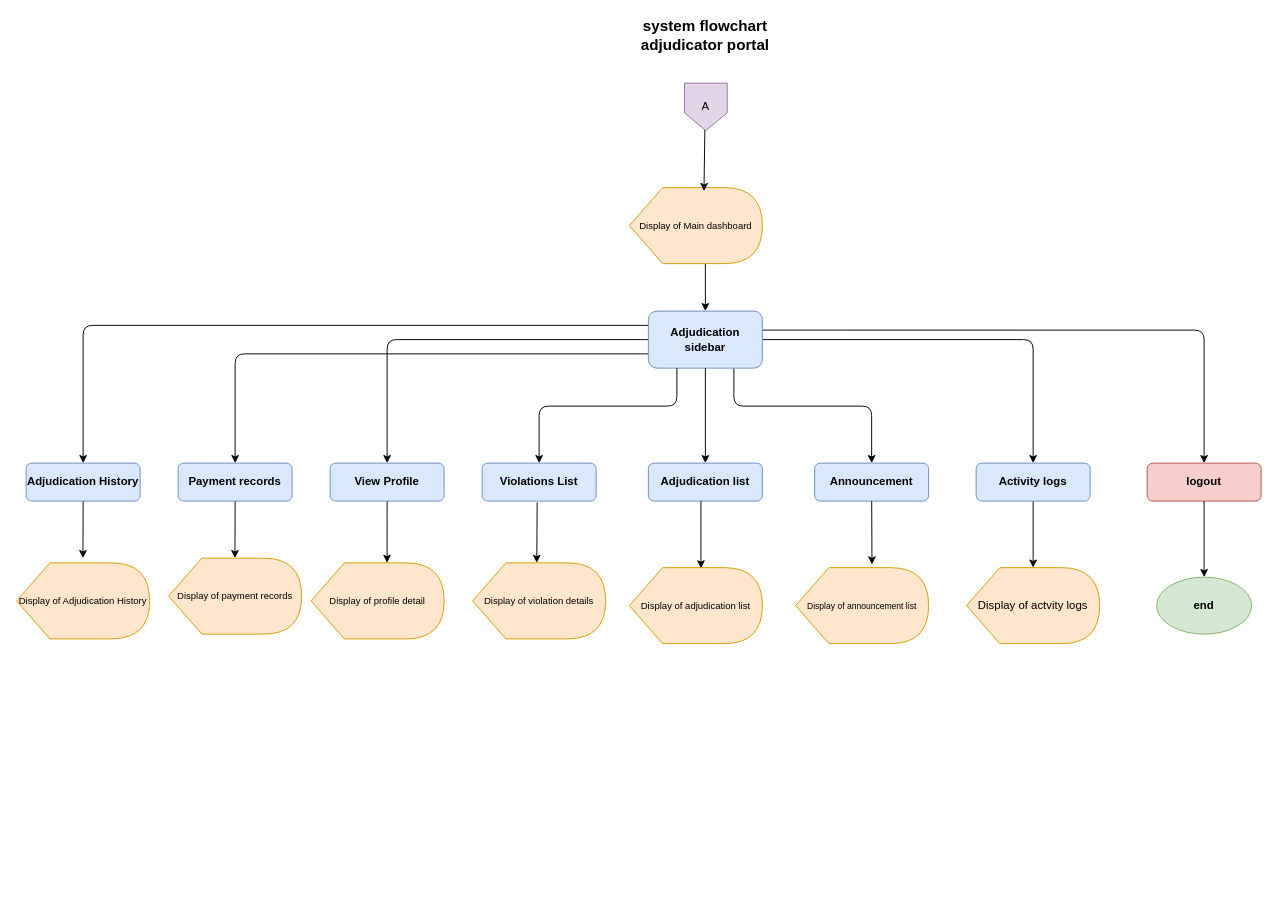
PotatoLover169/CTTMO-Traffic-violation-Management-System keeps this draw.io diagram as adjudicator_portal_flowchart.drawio. Above is the earlier version. Source tidied: cells renumbered, new cells numbered last; positions are measured from the earlier drawing's top-left corner, leaving out a move shared by most shapes. Both pictures are drawn from the tidied source at 95%, with x=0, y=0 at pixel (16, 16).
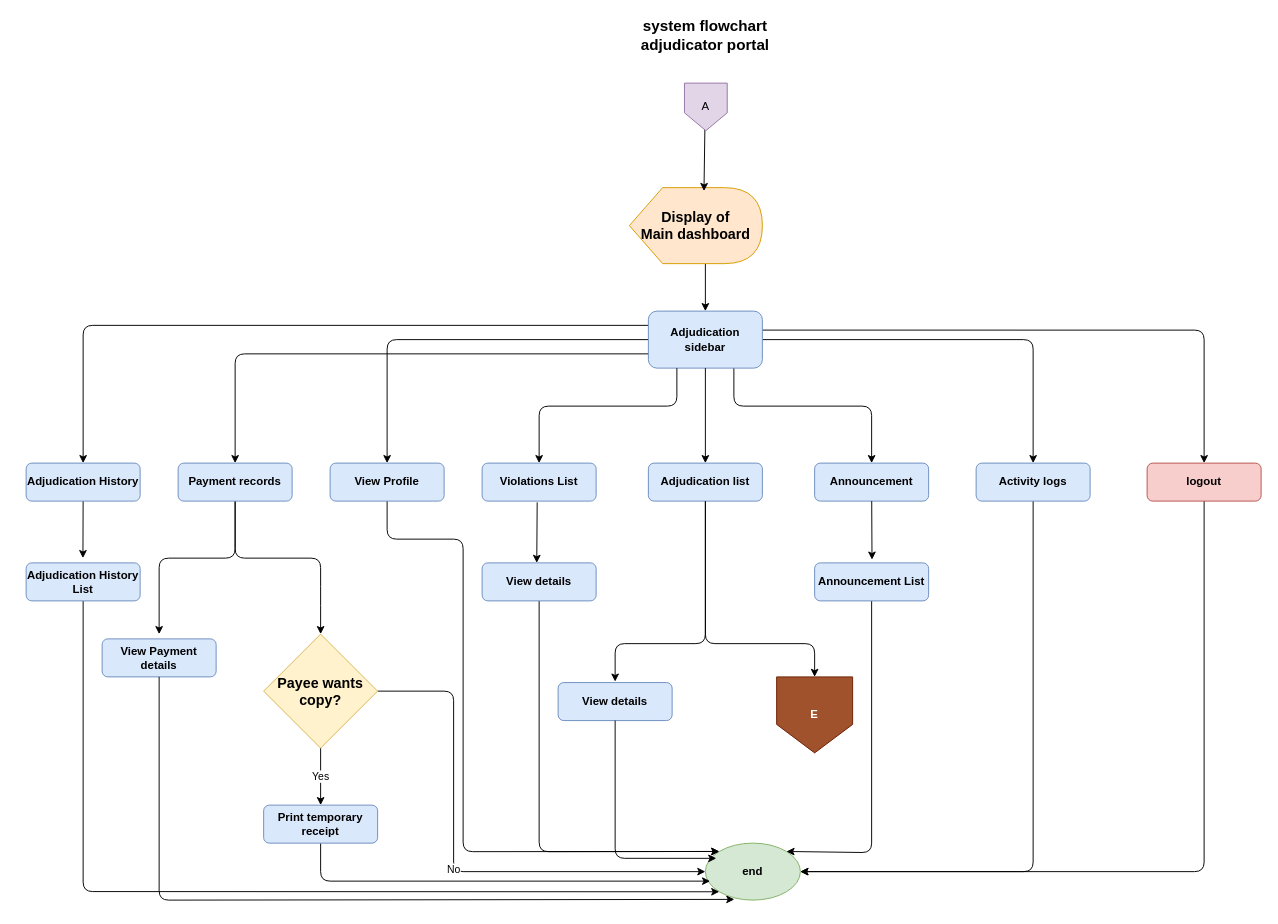
The same diagram, later.

The change refers to these unchanged cells:
```xml
<mxCell id="11" value="Violations List" style="rounded=1;whiteSpace=wrap;html=1;fillColor=#dae8fc;strokeColor=#6c8ebf;fontStyle=1;" parent="1" vertex="1">
  <mxGeometry x="490" y="470" width="120" height="40" as="geometry" />
</mxCell>
<mxCell id="12" value="Adjudication list" style="rounded=1;whiteSpace=wrap;html=1;fillColor=#dae8fc;strokeColor=#6c8ebf;fontStyle=1;" parent="1" vertex="1">
  <mxGeometry x="665" y="470" width="120" height="40" as="geometry" />
</mxCell>
<mxCell id="16" value="logout" style="rounded=1;whiteSpace=wrap;html=1;fillColor=#f8cecc;strokeColor=#b85450;fontStyle=1;" parent="1" vertex="1">
  <mxGeometry x="1190" y="470" width="120" height="40" as="geometry" />
</mxCell>
<mxCell id="20" value="Activity logs" style="whiteSpace=wrap;html=1;fillColor=#dae8fc;strokeColor=#6c8ebf;rounded=1;fontStyle=1;" parent="1" vertex="1">
  <mxGeometry x="1010" y="470" width="120" height="40" as="geometry" />
</mxCell>
<mxCell id="22" value="View Profile" style="whiteSpace=wrap;html=1;fillColor=#dae8fc;strokeColor=#6c8ebf;rounded=1;fontStyle=1;" parent="1" vertex="1">
  <mxGeometry x="330" y="470" width="120" height="40" as="geometry" />
</mxCell>
<mxCell id="23" value="Announcement" style="whiteSpace=wrap;html=1;fillColor=#dae8fc;strokeColor=#6c8ebf;rounded=1;fontStyle=1;" parent="1" vertex="1">
  <mxGeometry x="840" y="470" width="120" height="40" as="geometry" />
</mxCell>
<mxCell id="36" value="Payment records" style="whiteSpace=wrap;html=1;fillColor=#dae8fc;strokeColor=#6c8ebf;rounded=1;fontStyle=1;" parent="1" vertex="1">
  <mxGeometry x="170" y="470" width="120" height="40" as="geometry" />
</mxCell>
```

Change to the diagram source:
```diff
@@
+    <mxCell id="42" style="edgeStyle=none;html=1;entryX=0.5;entryY=0;entryDx=0;entryDy=0;" parent="1" edge="1" source="12" target="46">
+      <mxGeometry relative="1" as="geometry">
+        <Array as="points">
+          <mxPoint x="725" y="660" />
+          <mxPoint x="840" y="660" />
+        </Array>
+      </mxGeometry>
+    </mxCell>
@@
-    <mxCell id="15" style="endArrow=classic;html=1;exitX=0.461;exitY=1;exitDx=0;exitDy=0;entryX=0.538;entryY=0.01;entryDx=0;entryDy=0;entryPerimeter=0;exitPerimeter=0;" parent="1" edge="1" source="12" target="27">
-      <mxGeometry relative="1" as="geometry" />
-    </mxCell>
+    <mxCell id="18" style="edgeStyle=none;html=1;entryX=1;entryY=0.5;entryDx=0;entryDy=0;" parent="1" edge="1" source="16" target="17">
+      <mxGeometry relative="1" as="geometry">
+        <Array as="points">
+          <mxPoint x="1250" y="900" />
+        </Array>
+      </mxGeometry>
+    </mxCell>
@@
     <mxCell id="17" value="end" style="ellipse;whiteSpace=wrap;html=1;fillColor=#d5e8d4;strokeColor=#82b366;fontStyle=1;" parent="1" vertex="1">
-      <mxGeometry x="1200" y="590" width="100" height="60" as="geometry" />
+      <mxGeometry x="725" y="870" width="100" height="60" as="geometry" />
     </mxCell>
-    <mxCell id="18" style="endArrow=classic;html=1;exitX=0.5;exitY=1;exitDx=0;exitDy=0;entryX=0.5;entryY=0;entryDx=0;entryDy=0;" parent="1" edge="1" source="16" target="17">
-      <mxGeometry relative="1" as="geometry" />
-    </mxCell>
-    <mxCell id="19" style="edgeStyle=none;html=1;entryX=0.5;entryY=0;entryDx=0;entryDy=0;" parent="1" edge="1" source="20">
-      <mxGeometry relative="1" as="geometry">
-        <mxPoint x="1070" y="580" as="targetPoint" />
-      </mxGeometry>
-    </mxCell>
+    <mxCell id="43" style="edgeStyle=none;html=1;entryX=1;entryY=0.5;entryDx=0;entryDy=0;" parent="1" edge="1" source="20" target="17">
+      <mxGeometry relative="1" as="geometry">
+        <Array as="points">
+          <mxPoint x="1070" y="900" />
+        </Array>
+      </mxGeometry>
+    </mxCell>
@@
-    <mxCell id="21" style="edgeStyle=none;html=1;entryX=0.571;entryY=0;entryDx=0;entryDy=0;entryPerimeter=0;" parent="1" edge="1" source="22" target="24">
-      <mxGeometry relative="1" as="geometry" />
-    </mxCell>
+    <mxCell id="44" style="edgeStyle=none;html=1;entryX=0;entryY=0;entryDx=0;entryDy=0;" parent="1" edge="1" source="22" target="17">
+      <mxGeometry relative="1" as="geometry">
+        <Array as="points">
+          <mxPoint x="390" y="550" />
+          <mxPoint x="470" y="550" />
+          <mxPoint x="470" y="879" />
+        </Array>
+      </mxGeometry>
+    </mxCell>
@@
-    <mxCell id="24" value="&lt;font style=&quot;font-size: 10px;&quot;&gt;Display of profile detail&lt;/font&gt;" style="shape=display;whiteSpace=wrap;html=1;fillColor=#ffe6cc;strokeColor=#d79b00;" parent="1" vertex="1">
-      <mxGeometry x="310" y="575" width="140" height="80" as="geometry" />
-    </mxCell>
-    <mxCell id="25" value="&lt;span style=&quot;color: rgb(0, 0, 0);&quot;&gt;&lt;font style=&quot;font-size: 10px;&quot;&gt;Display of violation details&lt;/font&gt;&lt;/span&gt;" style="shape=display;whiteSpace=wrap;html=1;fillColor=#ffe6cc;strokeColor=#d79b00;" parent="1" vertex="1">
-      <mxGeometry x="480" y="575" width="140" height="80" as="geometry" />
-    </mxCell>
-    <mxCell id="26" style="edgeStyle=none;html=1;entryX=0;entryY=0;entryDx=67.5;entryDy=0;entryPerimeter=0;exitX=0.483;exitY=1.033;exitDx=0;exitDy=0;exitPerimeter=0;" parent="1" edge="1" source="11" target="25">
-      <mxGeometry relative="1" as="geometry" />
+    <mxCell id="26" style="edgeStyle=none;html=1;entryX=0;entryY=0;entryDx=67.5;entryDy=0;entryPerimeter=0;exitX=0.483;exitY=1.033;exitDx=0;exitDy=0;exitPerimeter=0;" parent="1" edge="1" source="11">
+      <mxGeometry relative="1" as="geometry">
+        <mxPoint x="547.5" y="575" as="targetPoint" />
+      </mxGeometry>
     </mxCell>
-    <mxCell id="27" value="&lt;span style=&quot;color: rgb(0, 0, 0);&quot;&gt;&lt;font style=&quot;font-size: 10px;&quot;&gt;Display of adjudication list&lt;/font&gt;&lt;/span&gt;" style="shape=display;whiteSpace=wrap;html=1;fillColor=#ffe6cc;strokeColor=#d79b00;" parent="1" vertex="1">
-      <mxGeometry x="645" y="580" width="140" height="80" as="geometry" />
-    </mxCell>
-    <mxCell id="28" value="&lt;span style=&quot;color: rgb(0, 0, 0);&quot;&gt;&lt;font style=&quot;font-size: 9px;&quot;&gt;Display of announcement list&lt;/font&gt;&lt;/span&gt;" style="shape=display;whiteSpace=wrap;html=1;fillColor=#ffe6cc;strokeColor=#d79b00;" parent="1" vertex="1">
-      <mxGeometry x="820" y="580" width="140" height="80" as="geometry" />
-    </mxCell>
-    <mxCell id="29" style="edgeStyle=none;html=1;entryX=0.574;entryY=-0.042;entryDx=0;entryDy=0;entryPerimeter=0;" parent="1" edge="1" source="23" target="28">
-      <mxGeometry relative="1" as="geometry" />
+    <mxCell id="29" style="edgeStyle=none;html=1;entryX=0.574;entryY=-0.042;entryDx=0;entryDy=0;entryPerimeter=0;" parent="1" edge="1" source="23">
+      <mxGeometry relative="1" as="geometry">
+        <mxPoint x="900.4" y="571.6" as="targetPoint" />
+      </mxGeometry>
     </mxCell>
-    <mxCell id="30" value="&lt;span style=&quot;color: rgb(0, 0, 0);&quot;&gt;&lt;font&gt;Display of actvity logs&lt;/font&gt;&lt;/span&gt;" style="shape=display;whiteSpace=wrap;html=1;fillColor=#ffe6cc;strokeColor=#d79b00;" parent="1" vertex="1">
-      <mxGeometry x="1000" y="580" width="140" height="80" as="geometry" />
-    </mxCell>
-    <mxCell id="31" value="&lt;span style=&quot;color: rgb(0, 0, 0);&quot;&gt;&lt;font style=&quot;font-size: 10px;&quot;&gt;Display of Main dashboard&lt;/font&gt;&lt;/span&gt;" style="shape=display;whiteSpace=wrap;html=1;fillColor=#ffe6cc;strokeColor=#d79b00;" parent="1" vertex="1">
+    <mxCell id="31" value="&lt;span style=&quot;color: rgb(0, 0, 0);&quot;&gt;&lt;font style=&quot;font-size: 15px;&quot;&gt;&lt;b style=&quot;&quot;&gt;Display of &lt;br&gt;Main dashboard&lt;/b&gt;&lt;/font&gt;&lt;/span&gt;" style="shape=display;whiteSpace=wrap;html=1;fillColor=#ffe6cc;strokeColor=#d79b00;" parent="1" vertex="1">
       <mxGeometry x="645" y="180" width="140" height="80" as="geometry" />
     </mxCell>
@@
     <mxCell id="35" style="edgeStyle=none;html=1;exitX=0.5;exitY=1;exitDx=0;exitDy=0;" parent="1" edge="1" source="36">
       <mxGeometry relative="1" as="geometry">
-        <mxPoint x="229.8" y="570" as="targetPoint" />
+        <mxPoint x="150" y="650" as="targetPoint" />
+        <Array as="points">
+          <mxPoint x="230" y="570" />
+          <mxPoint x="150" y="570" />
+        </Array>
       </mxGeometry>
     </mxCell>
+    <mxCell id="45" style="edgeStyle=none;html=1;" parent="1" edge="1" source="36">
+      <mxGeometry relative="1" as="geometry">
+        <mxPoint x="320" y="650" as="targetPoint" />
+        <Array as="points">
+          <mxPoint x="230" y="570" />
+          <mxPoint x="320" y="570" />
+          <mxPoint x="320" y="610" />
+        </Array>
+      </mxGeometry>
+    </mxCell>
@@
-    <mxCell id="37" value="&lt;font style=&quot;font-size: 10px;&quot;&gt;Display of payment records&lt;/font&gt;" style="shape=display;whiteSpace=wrap;html=1;fillColor=#ffe6cc;strokeColor=#d79b00;" parent="1" vertex="1">
-      <mxGeometry x="160" y="570" width="140" height="80" as="geometry" />
-    </mxCell>
@@
-    <mxCell id="40" value="&lt;font style=&quot;font-size: 10px;&quot;&gt;Display of Adjudication History&lt;/font&gt;" style="shape=display;whiteSpace=wrap;html=1;fillColor=#ffe6cc;strokeColor=#d79b00;" parent="1" vertex="1">
-      <mxGeometry y="575" width="140" height="80" as="geometry" />
-    </mxCell>
@@
+    <mxCell id="46" value="&lt;b&gt;&lt;font style=&quot;color: rgb(255, 255, 255);&quot;&gt;E&lt;/font&gt;&lt;/b&gt;" style="shape=offPageConnector;whiteSpace=wrap;html=1;fillColor=#a0522d;fontColor=#ffffff;strokeColor=#6D1F00;" parent="1" vertex="1">
+      <mxGeometry x="800" y="695" width="80" height="80" as="geometry" />
+    </mxCell>
+    <mxCell id="47" style="edgeStyle=none;html=1;entryX=0;entryY=1;entryDx=0;entryDy=0;" parent="1" edge="1" source="48" target="17">
+      <mxGeometry relative="1" as="geometry">
+        <Array as="points">
+          <mxPoint x="70" y="921" />
+        </Array>
+      </mxGeometry>
+    </mxCell>
+    <mxCell id="48" value="Adjudication History List" style="whiteSpace=wrap;html=1;fillColor=#dae8fc;strokeColor=#6c8ebf;rounded=1;fontStyle=1;" parent="1" vertex="1">
+      <mxGeometry x="10" y="575" width="120" height="40" as="geometry" />
+    </mxCell>
+    <mxCell id="49" value="View Payment details" style="whiteSpace=wrap;html=1;fillColor=#dae8fc;strokeColor=#6c8ebf;rounded=1;fontStyle=1;" parent="1" vertex="1">
+      <mxGeometry x="90" y="655" width="120" height="40" as="geometry" />
+    </mxCell>
+    <mxCell id="50" style="edgeStyle=none;html=1;" parent="1" edge="1" source="51">
+      <mxGeometry relative="1" as="geometry">
+        <mxPoint x="730" y="910" as="targetPoint" />
+        <Array as="points">
+          <mxPoint x="320" y="910" />
+        </Array>
+      </mxGeometry>
+    </mxCell>
+    <mxCell id="51" value="Print temporary receipt" style="whiteSpace=wrap;html=1;fillColor=#dae8fc;strokeColor=#6c8ebf;rounded=1;fontStyle=1;" parent="1" vertex="1">
+      <mxGeometry x="260" y="830" width="120" height="40" as="geometry" />
+    </mxCell>
+    <mxCell id="52" value="Yes" style="edgeStyle=none;html=1;entryX=0.5;entryY=0;entryDx=0;entryDy=0;" parent="1" edge="1" source="54" target="51">
+      <mxGeometry relative="1" as="geometry" />
+    </mxCell>
+    <mxCell id="53" value="No" style="edgeStyle=none;html=1;entryX=0;entryY=0.5;entryDx=0;entryDy=0;" parent="1" edge="1" source="54" target="17">
+      <mxGeometry relative="1" as="geometry">
+        <Array as="points">
+          <mxPoint x="460" y="710" />
+          <mxPoint x="460" y="900" />
+        </Array>
+      </mxGeometry>
+    </mxCell>
+    <mxCell id="54" value="&lt;b&gt;&lt;font style=&quot;font-size: 15px;&quot;&gt;Payee wants copy?&lt;/font&gt;&lt;/b&gt;" style="rhombus;whiteSpace=wrap;html=1;fillColor=#fff2cc;strokeColor=#d6b656;" parent="1" vertex="1">
+      <mxGeometry x="260" y="650" width="120" height="120" as="geometry" />
+    </mxCell>
+    <mxCell id="55" style="edgeStyle=none;html=1;entryX=1;entryY=0;entryDx=0;entryDy=0;" parent="1" edge="1" source="56" target="17">
+      <mxGeometry relative="1" as="geometry">
+        <Array as="points">
+          <mxPoint x="900" y="880" />
+        </Array>
+      </mxGeometry>
+    </mxCell>
+    <mxCell id="56" value="Announcement List" style="whiteSpace=wrap;html=1;fillColor=#dae8fc;strokeColor=#6c8ebf;rounded=1;fontStyle=1;" parent="1" vertex="1">
+      <mxGeometry x="840" y="575" width="120" height="40" as="geometry" />
+    </mxCell>
+    <mxCell id="57" style="edgeStyle=none;html=1;" parent="1" edge="1" source="12">
+      <mxGeometry relative="1" as="geometry">
+        <mxPoint x="630" y="700" as="targetPoint" />
+        <Array as="points">
+          <mxPoint x="725" y="660" />
+          <mxPoint x="630" y="660" />
+        </Array>
+      </mxGeometry>
+    </mxCell>
+    <mxCell id="58" value="View details" style="whiteSpace=wrap;html=1;fillColor=#dae8fc;strokeColor=#6c8ebf;rounded=1;fontStyle=1;" parent="1" vertex="1">
+      <mxGeometry x="570" y="701" width="120" height="40" as="geometry" />
+    </mxCell>
+    <mxCell id="59" style="edgeStyle=none;html=1;entryX=0.305;entryY=0.987;entryDx=0;entryDy=0;entryPerimeter=0;" parent="1" edge="1" source="49" target="17">
+      <mxGeometry relative="1" as="geometry">
+        <Array as="points">
+          <mxPoint x="150" y="930" />
+        </Array>
+      </mxGeometry>
+    </mxCell>
+    <mxCell id="60" style="edgeStyle=none;html=1;entryX=0;entryY=0;entryDx=0;entryDy=0;" parent="1" edge="1" source="61" target="17">
+      <mxGeometry relative="1" as="geometry">
+        <Array as="points">
+          <mxPoint x="550" y="879" />
+        </Array>
+      </mxGeometry>
+    </mxCell>
+    <mxCell id="61" value="View details" style="whiteSpace=wrap;html=1;fillColor=#dae8fc;strokeColor=#6c8ebf;rounded=1;fontStyle=1;" parent="1" vertex="1">
+      <mxGeometry x="490" y="575" width="120" height="40" as="geometry" />
+    </mxCell>
+    <mxCell id="62" style="edgeStyle=none;html=1;entryX=0.115;entryY=0.267;entryDx=0;entryDy=0;entryPerimeter=0;" parent="1" edge="1" source="58" target="17">
+      <mxGeometry relative="1" as="geometry">
+        <Array as="points">
+          <mxPoint x="630" y="886" />
+        </Array>
+      </mxGeometry>
+    </mxCell>
```
